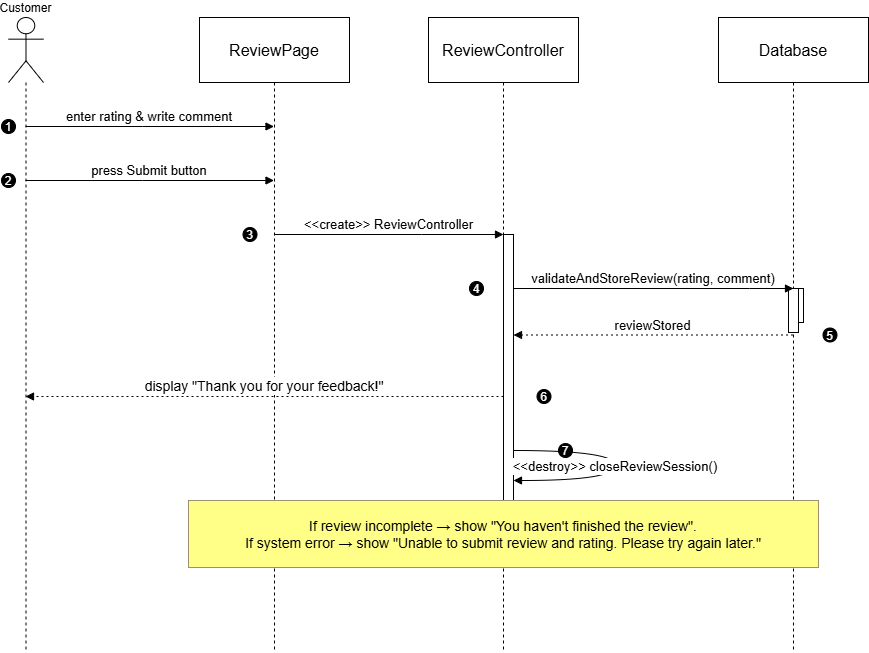
The draw.io diagram Sequence_Diagram/UC_15_SubmitReviewAndRating.drawio.png in auphong2707/PTTKHT-Final-Report, before a commit. Source tidied: cells renumbered, new cells last; positions are measured from the earlier drawing's top-left corner, leaving out a move shared by most shapes.
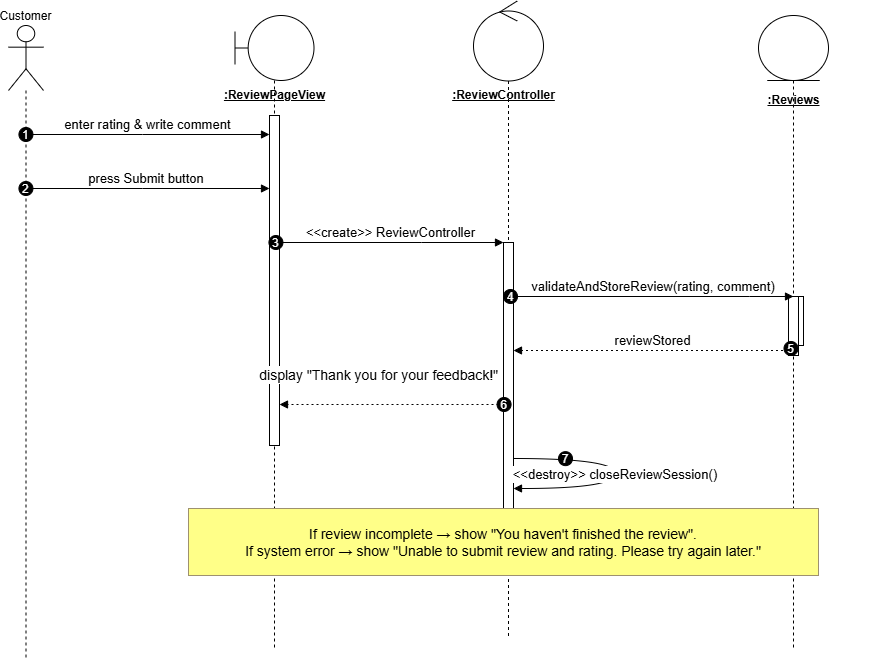
After the commit.

Diff of the diagram source:
```diff
@@ -2,28 +2,40 @@
   <root>
     <mxCell id="0" />
     <mxCell id="1" parent="0" />
-    <mxCell id="2" value="Customer" style="shape=umlLifeline;perimeter=lifelinePerimeter;whiteSpace=wrap;outlineConnect=0;portConstraint=eastwest;newEdgeStyle={&quot;edgeStyle&quot;:&quot;elbowEdgeStyle&quot;,&quot;elbow&quot;:&quot;vertical&quot;,&quot;curved&quot;:0,&quot;rounded&quot;:0};participant=umlActor;verticalAlign=bottom;labelPosition=center;verticalLabelPosition=top;align=center;size=65;" parent="1" vertex="1">
-      <mxGeometry width="35" height="635" as="geometry" />
-    </mxCell>
-    <mxCell id="3" value="ReviewPage" style="shape=umlLifeline;perimeter=lifelinePerimeter;whiteSpace=wrap;outlineConnect=0;portConstraint=eastwest;newEdgeStyle={&quot;edgeStyle&quot;:&quot;elbowEdgeStyle&quot;,&quot;elbow&quot;:&quot;vertical&quot;,&quot;curved&quot;:0,&quot;rounded&quot;:0};size=65;fontSize=16;" parent="1" vertex="1">
-      <mxGeometry x="191" width="150" height="635" as="geometry" />
+    <mxCell id="3" style="shape=umlLifeline;perimeter=lifelinePerimeter;whiteSpace=wrap;outlineConnect=0;portConstraint=eastwest;newEdgeStyle={&quot;edgeStyle&quot;:&quot;elbowEdgeStyle&quot;,&quot;elbow&quot;:&quot;vertical&quot;,&quot;curved&quot;:0,&quot;rounded&quot;:0};participant=umlBoundary;size=65;fontSize=16;" parent="1" vertex="1">
+      <mxGeometry x="226.5" y="-10" width="79" height="635" as="geometry" />
     </mxCell>
+    <mxCell id="24" style="points=[];perimeter=orthogonalPerimeter;outlineConnect=0;targetShapes=umlLifeline;portConstraint=eastwest;newEdgeStyle={&quot;edgeStyle&quot;:&quot;elbowEdgeStyle&quot;,&quot;elbow&quot;:&quot;vertical&quot;,&quot;curved&quot;:0,&quot;rounded&quot;:0};" parent="1" vertex="1">
+      <mxGeometry x="261" y="90" width="10" height="330" as="geometry" />
+    </mxCell>
-    <mxCell id="4" value="ReviewController" style="shape=umlLifeline;perimeter=lifelinePerimeter;whiteSpace=wrap;newEdgeStyle={&quot;edgeStyle&quot;:&quot;elbowEdgeStyle&quot;,&quot;elbow&quot;:&quot;vertical&quot;,&quot;curved&quot;:0,&quot;rounded&quot;:0};size=65;fontSize=16;" parent="1" vertex="1">
-      <mxGeometry x="420" width="150" height="635" as="geometry" />
+    <mxCell id="4" style="shape=umlLifeline;perimeter=lifelinePerimeter;whiteSpace=wrap;newEdgeStyle={&quot;edgeStyle&quot;:&quot;elbowEdgeStyle&quot;,&quot;elbow&quot;:&quot;vertical&quot;,&quot;curved&quot;:0,&quot;rounded&quot;:0};participant=umlControl;size=80;fontSize=16;" parent="1" vertex="1">
+      <mxGeometry x="465" y="-24.5" width="70" height="635" as="geometry" />
     </mxCell>
+    <mxCell id="6" style="shape=umlLifeline;perimeter=lifelinePerimeter;whiteSpace=wrap;outlineConnect=0;portConstraint=eastwest;newEdgeStyle={&quot;edgeStyle&quot;:&quot;elbowEdgeStyle&quot;,&quot;elbow&quot;:&quot;vertical&quot;,&quot;curved&quot;:0,&quot;rounded&quot;:0};participant=umlEntity;size=65;fontSize=16;" parent="1" vertex="1">
+      <mxGeometry x="750" y="-10" width="70" height="635" as="geometry" />
+    </mxCell>
-    <mxCell id="5" style="points=[];perimeter=orthogonalPerimeter;outlineConnect=0;targetShapes=umlLifeline;portConstraint=eastwest;newEdgeStyle={&quot;edgeStyle&quot;:&quot;elbowEdgeStyle&quot;,&quot;elbow&quot;:&quot;vertical&quot;,&quot;curved&quot;:0,&quot;rounded&quot;:0};" parent="4" vertex="1">
-      <mxGeometry x="75" y="217" width="10" height="276" as="geometry" />
+    <mxCell id="5" style="points=[];perimeter=orthogonalPerimeter;outlineConnect=0;targetShapes=umlLifeline;portConstraint=eastwest;newEdgeStyle={&quot;edgeStyle&quot;:&quot;elbowEdgeStyle&quot;,&quot;elbow&quot;:&quot;vertical&quot;,&quot;curved&quot;:0,&quot;rounded&quot;:0};" parent="1" vertex="1">
+      <mxGeometry x="495" y="217" width="10" height="276" as="geometry" />
     </mxCell>
-    <mxCell id="6" value="Database" style="shape=umlLifeline;perimeter=lifelinePerimeter;whiteSpace=wrap;outlineConnect=0;portConstraint=eastwest;newEdgeStyle={&quot;edgeStyle&quot;:&quot;elbowEdgeStyle&quot;,&quot;elbow&quot;:&quot;vertical&quot;,&quot;curved&quot;:0,&quot;rounded&quot;:0};size=65;fontSize=16;" parent="1" vertex="1">
-      <mxGeometry x="710" width="150" height="635" as="geometry" />
-    </mxCell>
-    <mxCell id="7" style="points=[];perimeter=orthogonalPerimeter;outlineConnect=0;targetShapes=umlLifeline;portConstraint=eastwest;newEdgeStyle={&quot;edgeStyle&quot;:&quot;elbowEdgeStyle&quot;,&quot;elbow&quot;:&quot;vertical&quot;,&quot;curved&quot;:0,&quot;rounded&quot;:0};" parent="6" vertex="1">
-      <mxGeometry x="75" y="271" width="10" height="34" as="geometry" />
+    <mxCell id="7" style="points=[];perimeter=orthogonalPerimeter;outlineConnect=0;targetShapes=umlLifeline;portConstraint=eastwest;newEdgeStyle={&quot;edgeStyle&quot;:&quot;elbowEdgeStyle&quot;,&quot;elbow&quot;:&quot;vertical&quot;,&quot;curved&quot;:0,&quot;rounded&quot;:0};" parent="1" vertex="1">
+      <mxGeometry x="785" y="271" width="10" height="49" as="geometry" />
     </mxCell>
-    <mxCell id="8" style="perimeter=orthogonalPerimeter;targetShapes=umlLifeline;newEdgeStyle={&quot;edgeStyle&quot;:&quot;elbowEdgeStyle&quot;,&quot;elbow&quot;:&quot;vertical&quot;,&quot;curved&quot;:0,&quot;rounded&quot;:0};" parent="6" vertex="1">
-      <mxGeometry x="70" y="271" width="10" height="44" as="geometry" />
+    <mxCell id="8" style="perimeter=orthogonalPerimeter;targetShapes=umlLifeline;newEdgeStyle={&quot;edgeStyle&quot;:&quot;elbowEdgeStyle&quot;,&quot;elbow&quot;:&quot;vertical&quot;,&quot;curved&quot;:0,&quot;rounded&quot;:0};" parent="1" vertex="1">
+      <mxGeometry x="780" y="271" width="10" height="59" as="geometry" />
     </mxCell>
+    <mxCell id="2" value="Customer" style="shape=umlLifeline;perimeter=lifelinePerimeter;whiteSpace=wrap;outlineConnect=0;portConstraint=eastwest;newEdgeStyle={&quot;edgeStyle&quot;:&quot;elbowEdgeStyle&quot;,&quot;elbow&quot;:&quot;vertical&quot;,&quot;curved&quot;:0,&quot;rounded&quot;:0};participant=umlActor;verticalAlign=bottom;labelPosition=center;verticalLabelPosition=top;align=center;size=65;" parent="1" vertex="1">
+      <mxGeometry width="35" height="635" as="geometry" />
+    </mxCell>
+    <mxCell id="25" value="&lt;u&gt;&lt;b&gt;:ReviewPageView&lt;/b&gt;&lt;/u&gt;" style="text;html=1;align=center;verticalAlign=middle;" parent="1" vertex="1">
+      <mxGeometry x="191" y="60" width="150" height="20" as="geometry" />
+    </mxCell>
+    <mxCell id="26" value="&lt;u&gt;&lt;b&gt;:ReviewController&lt;/b&gt;&lt;/u&gt;" style="text;html=1;align=center;verticalAlign=middle;" parent="1" vertex="1">
+      <mxGeometry x="420" y="60" width="150" height="20" as="geometry" />
+    </mxCell>
+    <mxCell id="27" value="&lt;u&gt;&lt;b&gt;:Reviews&lt;/b&gt;&lt;/u&gt;" style="text;html=1;align=center;verticalAlign=middle;" parent="1" vertex="1">
+      <mxGeometry x="710" y="65" width="150" height="20" as="geometry" />
+    </mxCell>
-    <mxCell id="9" value="enter rating &amp; write comment" style="verticalAlign=bottom;edgeStyle=elbowEdgeStyle;elbow=vertical;curved=0;rounded=0;endArrow=block;fontSize=13;" parent="1" edge="1" source="2" target="3">
+    <mxCell id="9" value="enter rating &amp; write comment" style="verticalAlign=bottom;edgeStyle=elbowEdgeStyle;elbow=vertical;curved=0;rounded=0;endArrow=block;fontSize=13;" parent="1" edge="1" source="2" target="24">
       <mxGeometry relative="1" as="geometry">
         <Array as="points">
           <mxPoint x="134" y="109" />
@@ -32,10 +44,10 @@
     </mxCell>
     <mxCell id="10" value="1" style="ellipse;fillColor=#000000;align=center;fontColor=#FFFFFF;" parent="9" vertex="1">
       <mxGeometry width="14" height="14" relative="1" as="geometry">
-        <mxPoint x="-148" y="-7" as="offset" />
+        <mxPoint x="-129" y="-7" as="offset" />
       </mxGeometry>
     </mxCell>
-    <mxCell id="11" value="press Submit button" style="verticalAlign=bottom;edgeStyle=elbowEdgeStyle;elbow=vertical;curved=0;rounded=0;endArrow=block;fontSize=13;" parent="1" edge="1" source="2" target="3">
+    <mxCell id="11" value="press Submit button" style="verticalAlign=bottom;edgeStyle=elbowEdgeStyle;elbow=vertical;curved=0;rounded=0;endArrow=block;fontSize=13;" parent="1" edge="1" source="2" target="24">
       <mxGeometry relative="1" as="geometry">
         <Array as="points">
           <mxPoint x="134" y="163" />
@@ -44,10 +56,10 @@
     </mxCell>
     <mxCell id="12" value="2" style="ellipse;fillColor=#000000;align=center;fontColor=#FFFFFF;" parent="11" vertex="1">
       <mxGeometry width="14" height="14" relative="1" as="geometry">
-        <mxPoint x="-148" y="-7" as="offset" />
+        <mxPoint x="-129" y="-7" as="offset" />
       </mxGeometry>
     </mxCell>
-    <mxCell id="13" value="&lt;&lt;create&gt;&gt; ReviewController" style="verticalAlign=bottom;edgeStyle=elbowEdgeStyle;elbow=vertical;curved=0;rounded=0;endArrow=block;fontSize=13;" parent="1" edge="1" source="3" target="5">
+    <mxCell id="13" value="&lt;&lt;create&gt;&gt; ReviewController" style="verticalAlign=bottom;edgeStyle=elbowEdgeStyle;elbow=vertical;curved=0;rounded=0;endArrow=block;fontSize=13;" parent="1" edge="1" source="24" target="5">
       <mxGeometry relative="1" as="geometry">
         <Array as="points">
           <mxPoint x="413" y="217" />
@@ -56,7 +68,7 @@
     </mxCell>
     <mxCell id="14" value="3" style="ellipse;fillColor=#000000;align=center;fontColor=#FFFFFF;" parent="13" vertex="1">
       <mxGeometry width="14" height="14" relative="1" as="geometry">
-        <mxPoint x="-146" y="-7" as="offset" />
+        <mxPoint x="-122" y="-7" as="offset" />
       </mxGeometry>
     </mxCell>
     <mxCell id="15" value="validateAndStoreReview(rating, comment)" style="verticalAlign=bottom;edgeStyle=elbowEdgeStyle;elbow=vertical;curved=0;rounded=0;endArrow=block;fontSize=13;" parent="1" edge="1" source="5" target="7">
@@ -68,7 +80,7 @@
     </mxCell>
     <mxCell id="16" value="4" style="ellipse;fillColor=#000000;align=center;fontColor=#FFFFFF;" parent="15" vertex="1">
       <mxGeometry width="14" height="14" relative="1" as="geometry">
-        <mxPoint x="-184" y="-7" as="offset" />
+        <mxPoint x="-150" y="-7" as="offset" />
       </mxGeometry>
     </mxCell>
     <mxCell id="17" value="reviewStored" style="verticalAlign=bottom;edgeStyle=elbowEdgeStyle;elbow=vertical;curved=0;rounded=0;dashed=1;dashPattern=2 3;endArrow=block;fontSize=13;" parent="1" edge="1" source="6" target="5">
@@ -80,11 +92,11 @@
     </mxCell>
     <mxCell id="18" value="5" style="ellipse;fillColor=#000000;align=center;fontColor=#FFFFFF;" parent="17" vertex="1">
       <mxGeometry width="14" height="14" relative="1" as="geometry">
-        <mxPoint x="170" y="-7" as="offset" />
+        <mxPoint x="131" y="-9" as="offset" />
       </mxGeometry>
     </mxCell>
-    <mxCell id="19" value="display &quot;Thank you for your feedback!&quot;" style="verticalAlign=bottom;edgeStyle=elbowEdgeStyle;elbow=vertical;curved=0;rounded=0;dashed=1;dashPattern=2 3;endArrow=block;fontSize=14;" parent="1" edge="1" source="5" target="2">
-      <mxGeometry relative="1" as="geometry">
+    <mxCell id="19" value="display &quot;Thank you for your feedback!&quot;" style="verticalAlign=bottom;edgeStyle=elbowEdgeStyle;elbow=vertical;curved=0;rounded=0;dashed=1;dashPattern=2 3;endArrow=block;fontSize=14;" parent="1" edge="1" source="5" target="24">
+      <mxGeometry x="0.11" y="-19" relative="1" as="geometry">
         <Array as="points">
           <mxPoint x="276" y="379" />
         </Array>
@@ -92,7 +104,7 @@
     </mxCell>
     <mxCell id="20" value="6" style="ellipse;fillColor=#000000;align=center;fontColor=#FFFFFF;" parent="19" vertex="1">
       <mxGeometry width="14" height="14" relative="1" as="geometry">
-        <mxPoint x="272.5" y="-7" as="offset" />
+        <mxPoint x="105" y="-7" as="offset" />
       </mxGeometry>
     </mxCell>
     <mxCell id="21" value="&lt;&lt;destroy&gt;&gt; closeReviewSession()" style="curved=1;endArrow=block;rounded=0;fontSize=13;" parent="1" edge="1" source="5" target="5">
```
